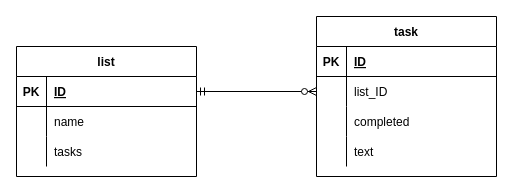
Above: documentation/dbERD.drawio in syminical/BeyondMD-dockerized-Django-Postgres-Twilio-App (draw.io), before the change. Source tidied: cells renumbered, new cells numbered last; positions are measured from the earlier drawing's top-left corner, leaving out a move shared by most shapes. Both pictures are drawn from the tidied source at 100%, with x=0, y=0 at pixel (16, 16).
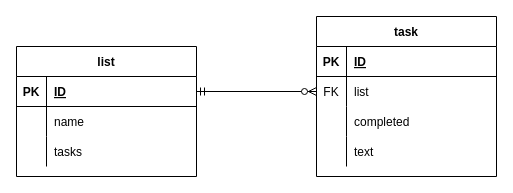
Above is the later version.

Commit message:
renamed list_ID in task to list and marked it as FK

The change refers to these unchanged cells:
```xml
<mxCell id="16" style="shape=partialRectangle;fillColor=none;top=0;left=0;bottom=0;right=0;points=[[0,0.5],[1,0.5]];portConstraint=eastwest;" parent="12" vertex="1">
  <mxGeometry y="60" width="180" height="30" as="geometry" />
</mxCell>
```

Change to the diagram source:
```diff
@@
-    <mxCell id="17" style="shape=partialRectangle;fillColor=none;top=0;left=0;bottom=0;right=0;overflow=hidden;" parent="16" vertex="1">
+    <mxCell id="17" value="FK" style="shape=partialRectangle;fillColor=none;top=0;left=0;bottom=0;right=0;overflow=hidden;" parent="16" vertex="1">
       <mxGeometry width="30" height="30" as="geometry" />
     </mxCell>
-    <mxCell id="18" value="list_ID" style="shape=partialRectangle;fillColor=none;top=0;left=0;bottom=0;right=0;align=left;spacingLeft=6;overflow=hidden;" parent="16" vertex="1">
+    <mxCell id="18" value="list" style="shape=partialRectangle;fillColor=none;top=0;left=0;bottom=0;right=0;align=left;spacingLeft=6;overflow=hidden;" parent="16" vertex="1">
       <mxGeometry x="30" width="150" height="30" as="geometry" />
     </mxCell>
```
